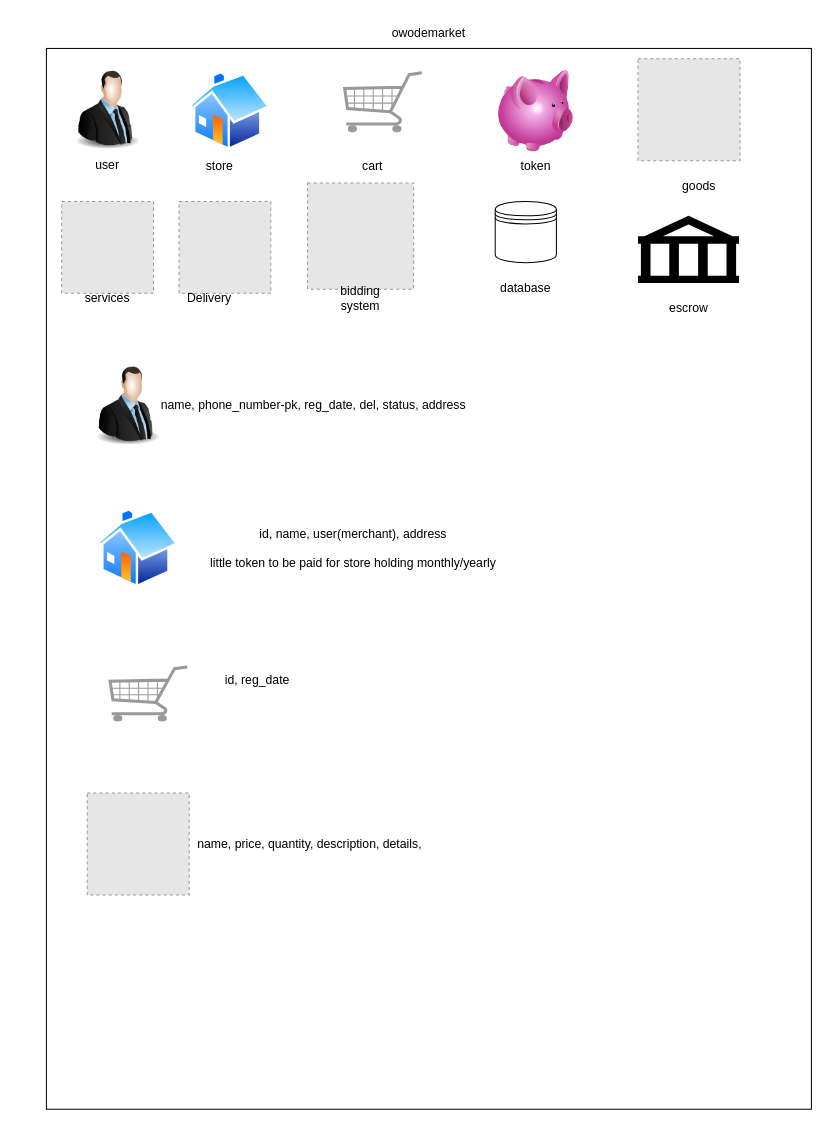
odu-11111111/owodemarket keeps this draw.io diagram as owodemarket_diagram.drawio. Above is the earlier version. Source tidied: cells renumbered, new cells numbered last; positions are measured from the earlier drawing's top-left corner, leaving out a move shared by most shapes. Both pictures are drawn from the tidied source at 102%, with x=0, y=0 at pixel (17, 17). Pictures stored in the file or linked from it are replaced by grey dashed boxes.
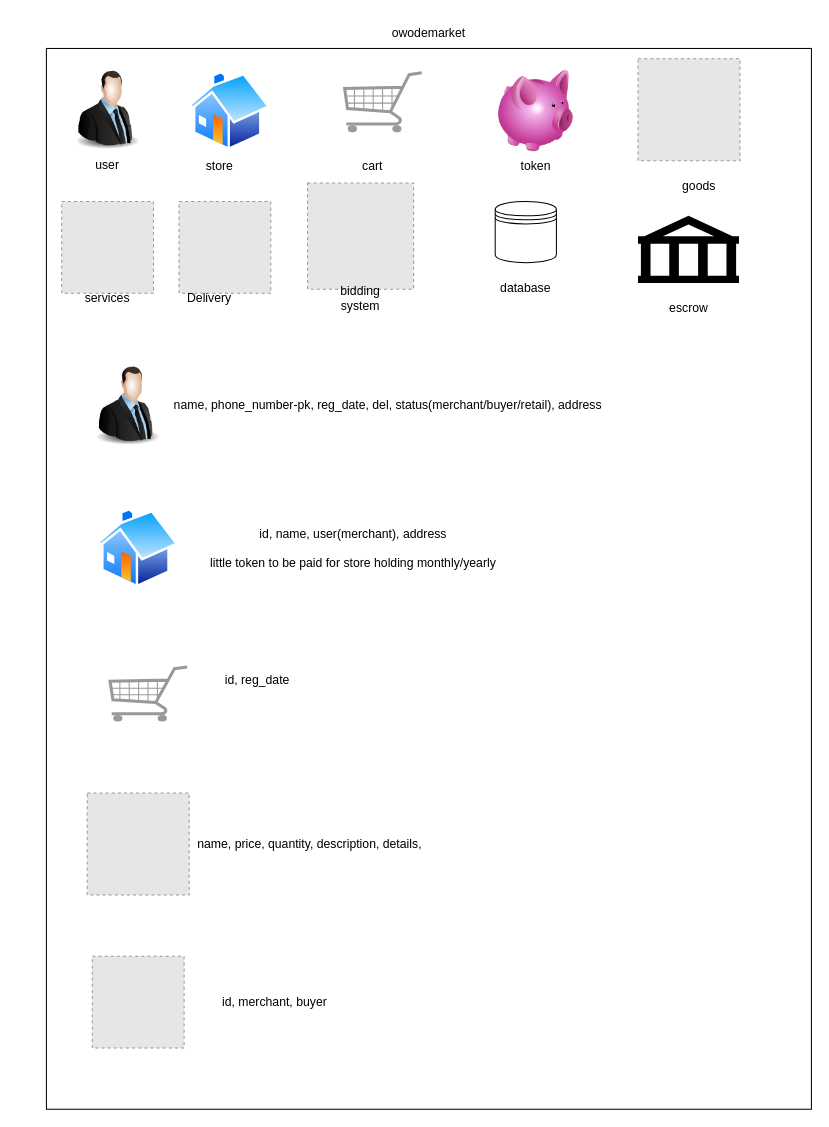
After the change.

What changed in the source:
```diff
@@
-    <mxCell id="19" value="name, phone_number-pk, reg_date, del, status, address" style="text;html=1;strokeColor=none;fillColor=none;align=center;verticalAlign=middle;whiteSpace=wrap;rounded=0;" parent="1" vertex="1">
-      <mxGeometry y="365" width="580" height="30" as="geometry" />
+    <mxCell id="19" value="name, phone_number-pk, reg_date, del, status(merchant/buyer/retail), address" style="text;html=1;strokeColor=none;fillColor=none;align=center;verticalAlign=middle;whiteSpace=wrap;rounded=0;" parent="1" vertex="1">
+      <mxGeometry x="73" y="365" width="580" height="30" as="geometry" />
     </mxCell>
@@
+    <mxCell id="32" style="fillColor=#E6E6E6;strokeColor=#999999;dashed=1;html=1;verticalAlign=top;verticalLabelPosition=bottom;labelBackgroundColor=#ffffff;" parent="1" vertex="1">
+      <mxGeometry x="73" y="920" width="90" height="90" as="geometry" />
+    </mxCell>
+    <mxCell id="33" value="id, merchant, buyer" style="text;html=1;strokeColor=none;fillColor=none;align=center;verticalAlign=middle;whiteSpace=wrap;rounded=0;" parent="1" vertex="1">
+      <mxGeometry x="26" y="950" width="452" height="30" as="geometry" />
+    </mxCell>
```
